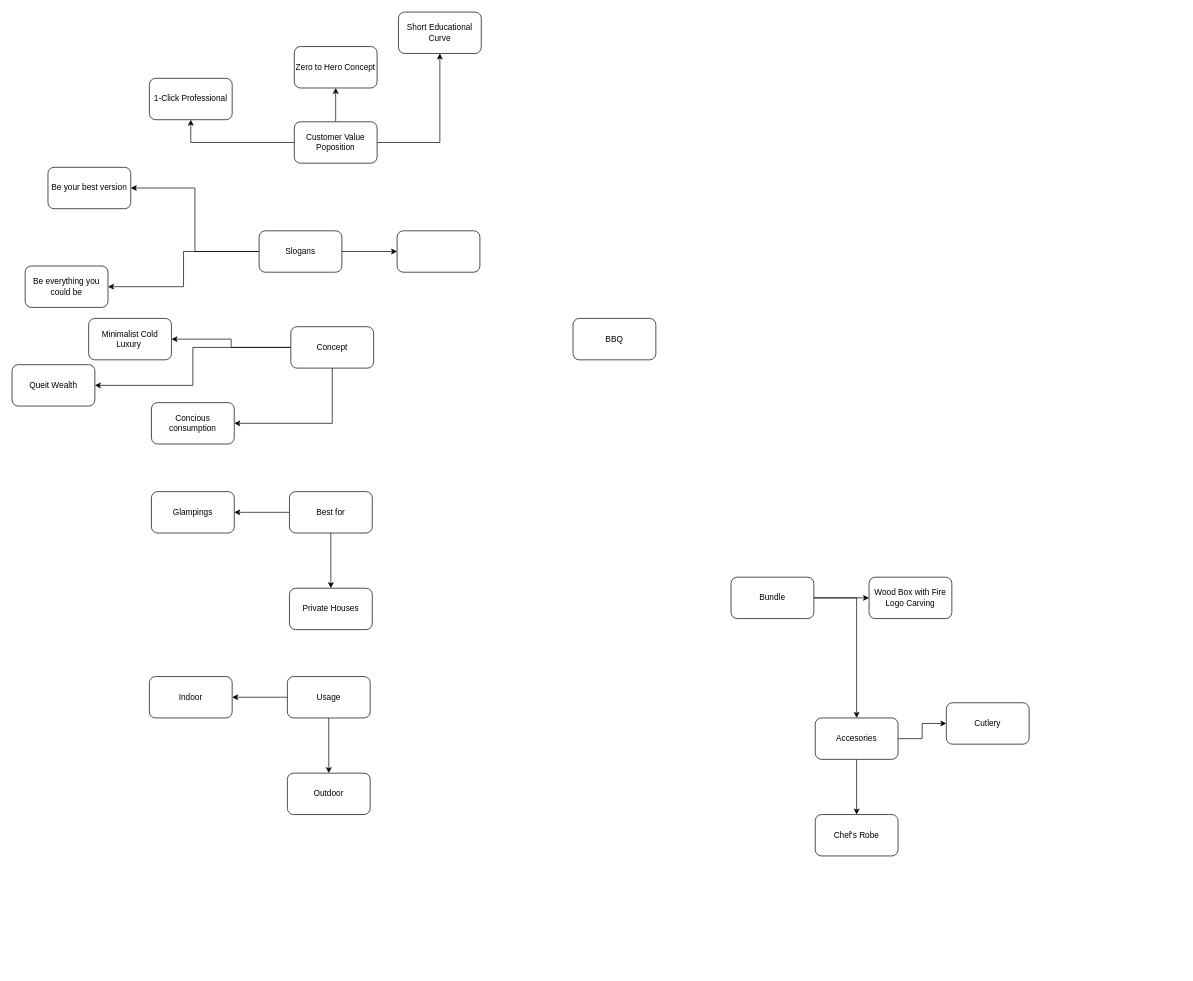
Before: BBQ Iphone.drawio in avgor80/stuff, a draw.io diagram. Source tidied: cells renumbered, new cells numbered last; positions are measured from the earlier drawing's top-left corner, leaving out a move shared by most shapes. Both pictures are drawn from the tidied source at 69%, with x=0, y=0 at pixel (12, 12).
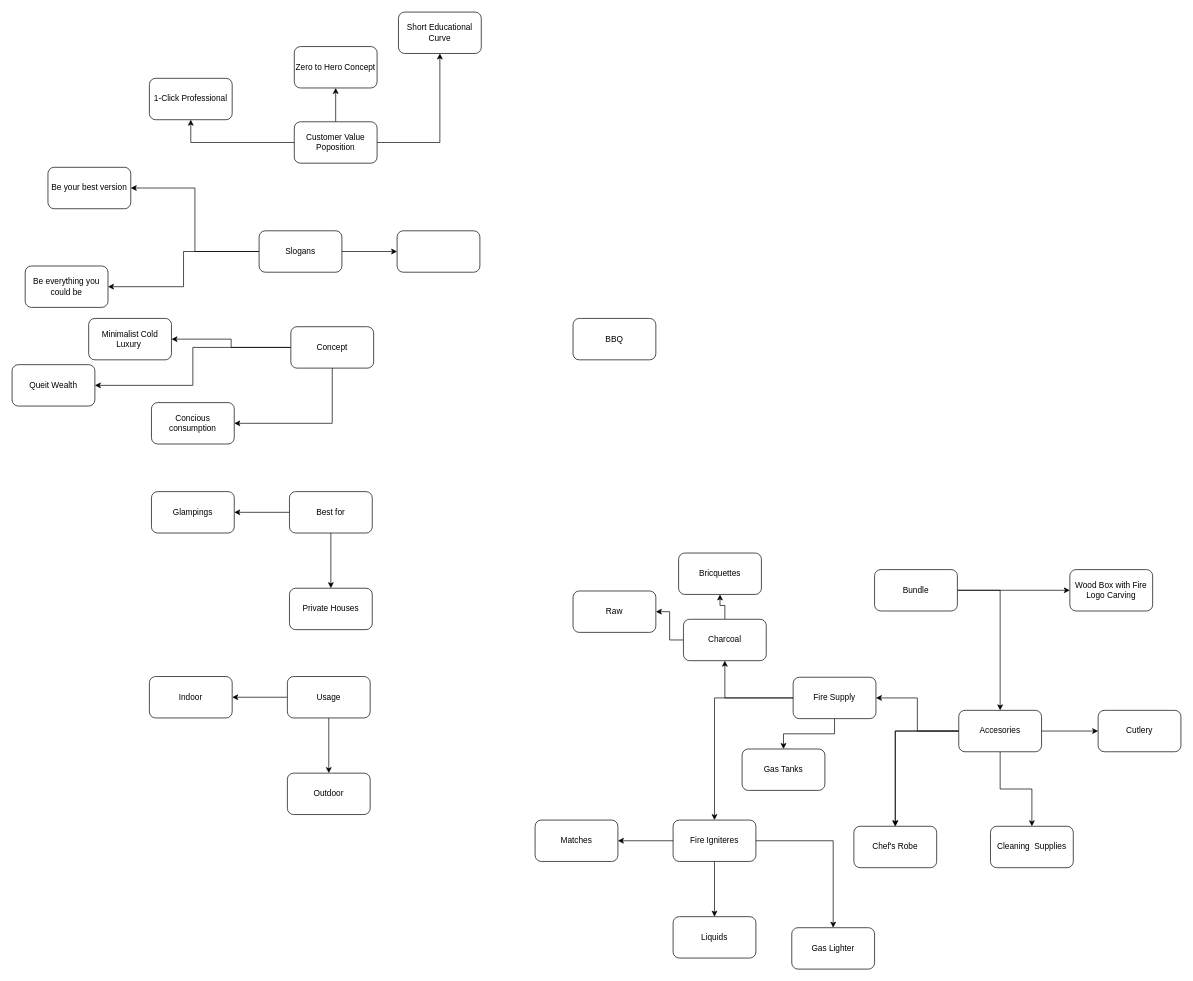
Above is the later version.

Change to the diagram source:
```diff
@@
     <mxCell id="22" value="Bundle" style="rounded=1;whiteSpace=wrap;html=1;" parent="1" vertex="1">
-      <mxGeometry x="1042" y="819" width="120" height="60" as="geometry" />
+      <mxGeometry x="1250" y="808" width="120" height="60" as="geometry" />
     </mxCell>
     <mxCell id="23" value="Wood Box with Fire Logo Carving" style="whiteSpace=wrap;html=1;rounded=1;" parent="1" vertex="1">
-      <mxGeometry x="1242" y="819" width="120" height="60" as="geometry" />
+      <mxGeometry x="1533" y="808" width="120" height="60" as="geometry" />
     </mxCell>
     <mxCell id="24" value="Cutlery" style="whiteSpace=wrap;html=1;rounded=1;" parent="1" vertex="1">
-      <mxGeometry x="1354" y="1001" width="120" height="60" as="geometry" />
+      <mxGeometry x="1574" y="1012" width="120" height="60" as="geometry" />
     </mxCell>
@@
+    <mxCell id="43" style="edgeStyle=orthogonalEdgeStyle;rounded=0;jettySize=auto;html=1;" parent="1" edge="1" source="33" target="34">
+      <mxGeometry relative="1" as="geometry" />
+    </mxCell>
+    <mxCell id="44" style="edgeStyle=orthogonalEdgeStyle;rounded=0;jettySize=auto;html=1;" parent="1" edge="1" source="33" target="47">
+      <mxGeometry relative="1" as="geometry" />
+    </mxCell>
+    <mxCell id="45" style="edgeStyle=orthogonalEdgeStyle;rounded=0;jettySize=auto;html=1;exitX=0;exitY=0.5;exitDx=0;exitDy=0;" parent="1" edge="1" source="55" target="50">
+      <mxGeometry relative="1" as="geometry" />
+    </mxCell>
+    <mxCell id="46" style="edgeStyle=orthogonalEdgeStyle;rounded=0;jettySize=auto;html=1;" parent="1" edge="1" source="33" target="55">
+      <mxGeometry relative="1" as="geometry" />
+    </mxCell>
     <mxCell id="33" value="Accesories" style="whiteSpace=wrap;html=1;rounded=1;" parent="1" vertex="1">
-      <mxGeometry x="1164" y="1023" width="120" height="60" as="geometry" />
+      <mxGeometry x="1372" y="1012" width="120" height="60" as="geometry" />
     </mxCell>
     <mxCell id="34" value="Chef's Robe" style="whiteSpace=wrap;html=1;rounded=1;" parent="1" vertex="1">
-      <mxGeometry x="1164" y="1163" width="120" height="60" as="geometry" />
+      <mxGeometry x="1220" y="1180" width="120" height="60" as="geometry" />
     </mxCell>
@@
+    <mxCell id="47" value="Cleaning&amp;nbsp; Supplies" style="whiteSpace=wrap;html=1;rounded=1;" parent="1" vertex="1">
+      <mxGeometry x="1418" y="1180" width="120" height="60" as="geometry" />
+    </mxCell>
+    <mxCell id="48" style="edgeStyle=orthogonalEdgeStyle;rounded=0;jettySize=auto;html=1;" parent="1" edge="1" source="50" target="51">
+      <mxGeometry relative="1" as="geometry" />
+    </mxCell>
+    <mxCell id="49" style="edgeStyle=orthogonalEdgeStyle;rounded=0;jettySize=auto;html=1;" parent="1" edge="1" source="50" target="52">
+      <mxGeometry relative="1" as="geometry" />
+    </mxCell>
+    <mxCell id="50" value="Charcoal" style="whiteSpace=wrap;html=1;rounded=1;" parent="1" vertex="1">
+      <mxGeometry x="973" y="880" width="120" height="60" as="geometry" />
+    </mxCell>
+    <mxCell id="51" value="Raw" style="whiteSpace=wrap;html=1;rounded=1;" parent="1" vertex="1">
+      <mxGeometry x="813" y="839" width="120" height="60" as="geometry" />
+    </mxCell>
+    <mxCell id="52" value="Bricquettes" style="whiteSpace=wrap;html=1;rounded=1;" parent="1" vertex="1">
+      <mxGeometry x="966" y="784" width="120" height="60" as="geometry" />
+    </mxCell>
+    <mxCell id="53" style="edgeStyle=orthogonalEdgeStyle;rounded=0;jettySize=auto;html=1;" parent="1" edge="1" source="55" target="56">
+      <mxGeometry relative="1" as="geometry" />
+    </mxCell>
+    <mxCell id="54" style="edgeStyle=orthogonalEdgeStyle;rounded=0;jettySize=auto;html=1;" parent="1" edge="1" source="55" target="60">
+      <mxGeometry relative="1" as="geometry" />
+    </mxCell>
+    <mxCell id="55" value="Fire Supply" style="whiteSpace=wrap;html=1;rounded=1;" parent="1" vertex="1">
+      <mxGeometry x="1132" y="964" width="120" height="60" as="geometry" />
+    </mxCell>
+    <mxCell id="56" value="Gas Tanks" style="whiteSpace=wrap;html=1;rounded=1;" parent="1" vertex="1">
+      <mxGeometry x="1058" y="1068" width="120" height="60" as="geometry" />
+    </mxCell>
+    <mxCell id="57" style="edgeStyle=orthogonalEdgeStyle;rounded=0;jettySize=auto;html=1;" parent="1" edge="1" source="60" target="61">
+      <mxGeometry relative="1" as="geometry" />
+    </mxCell>
+    <mxCell id="58" style="edgeStyle=orthogonalEdgeStyle;rounded=0;jettySize=auto;html=1;" parent="1" edge="1" source="60" target="62">
+      <mxGeometry relative="1" as="geometry" />
+    </mxCell>
+    <mxCell id="59" style="edgeStyle=orthogonalEdgeStyle;rounded=0;jettySize=auto;html=1;" parent="1" edge="1" source="60" target="63">
+      <mxGeometry relative="1" as="geometry" />
+    </mxCell>
+    <mxCell id="60" value="Fire Igniteres" style="whiteSpace=wrap;html=1;rounded=1;" parent="1" vertex="1">
+      <mxGeometry x="958" y="1171" width="120" height="60" as="geometry" />
+    </mxCell>
+    <mxCell id="61" value="Matches" style="whiteSpace=wrap;html=1;rounded=1;" parent="1" vertex="1">
+      <mxGeometry x="758" y="1171" width="120" height="60" as="geometry" />
+    </mxCell>
+    <mxCell id="62" value="Liquids" style="whiteSpace=wrap;html=1;rounded=1;" parent="1" vertex="1">
+      <mxGeometry x="958" y="1311" width="120" height="60" as="geometry" />
+    </mxCell>
+    <mxCell id="63" value="Gas Lighter" style="whiteSpace=wrap;html=1;rounded=1;" parent="1" vertex="1">
+      <mxGeometry x="1130" y="1327" width="120" height="60" as="geometry" />
+    </mxCell>
```
